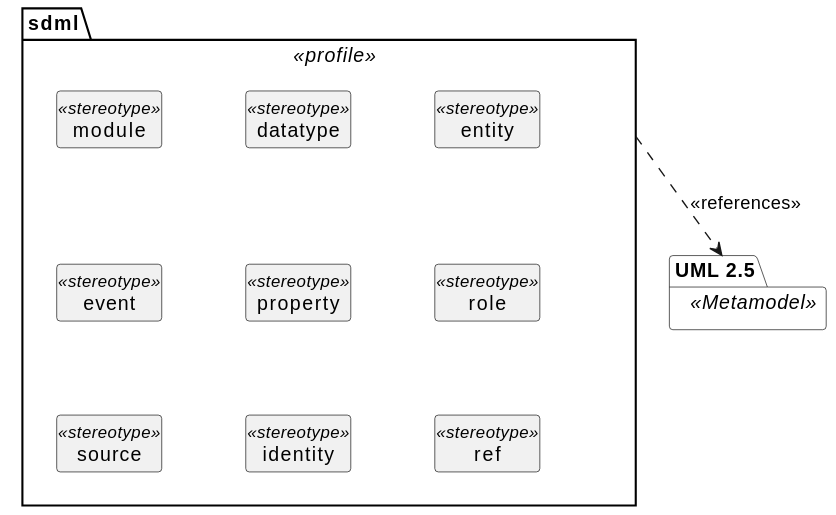
This is docs/uml-profile-package.svg from sdm-lang/sdml-io, a PlantUML export, as it was before one commit.
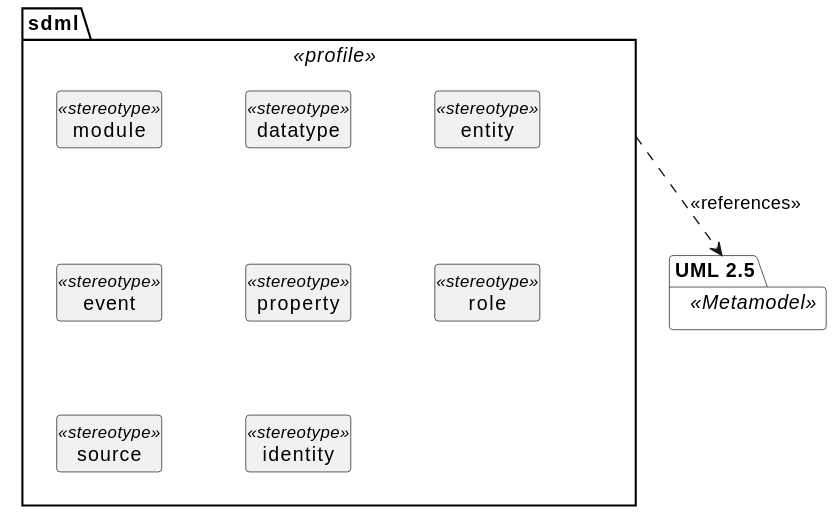
Above is the later version.

The edit, as a diff of the source:
```diff
@@ -19,7 +19,6 @@
   class role <<stereotype>> {}
   class source <<stereotype>> {}
   class identity <<stereotype>> {}
-  class ref <<stereotype>> {}
 }
 
 sdml ..> uml: <<references>>
```
